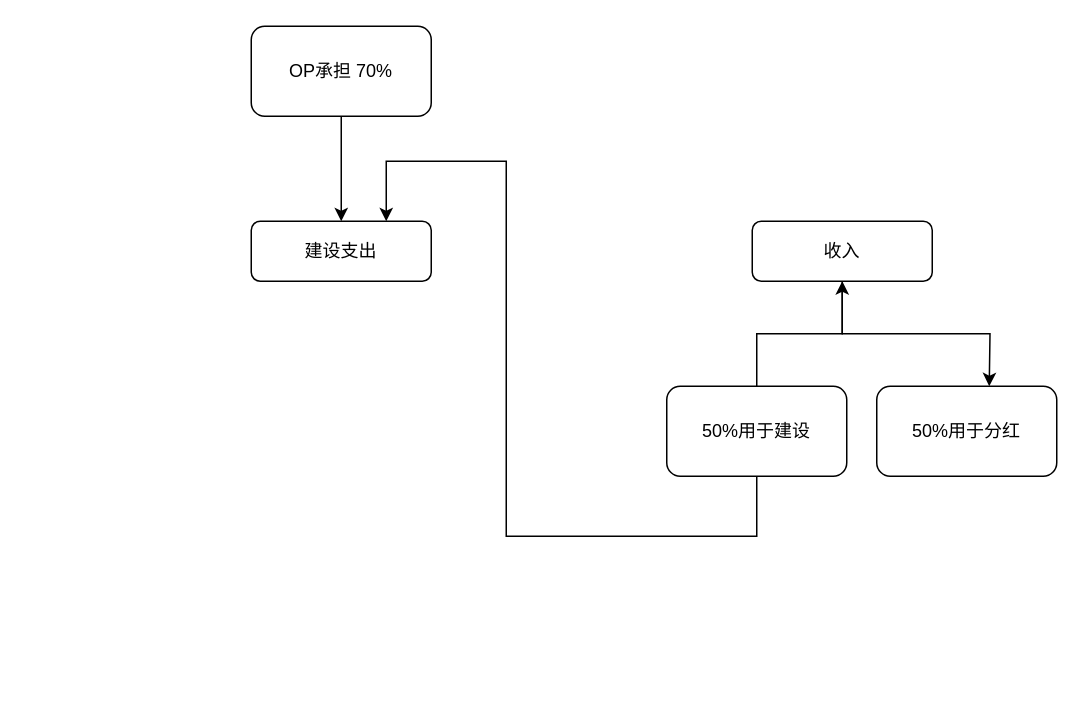
The draw.io diagram HelloMC磁悬浮工程院重组示意图.drawio in lsyyyy11/draw.io-files-friendly-pancake, before the edit. Source tidied: cells renumbered, new cells numbered last; positions are measured from the earlier drawing's top-left corner, leaving out a move shared by most shapes. Both pictures are drawn from the tidied source at 150%, with x=0, y=0 at pixel (250, 26).
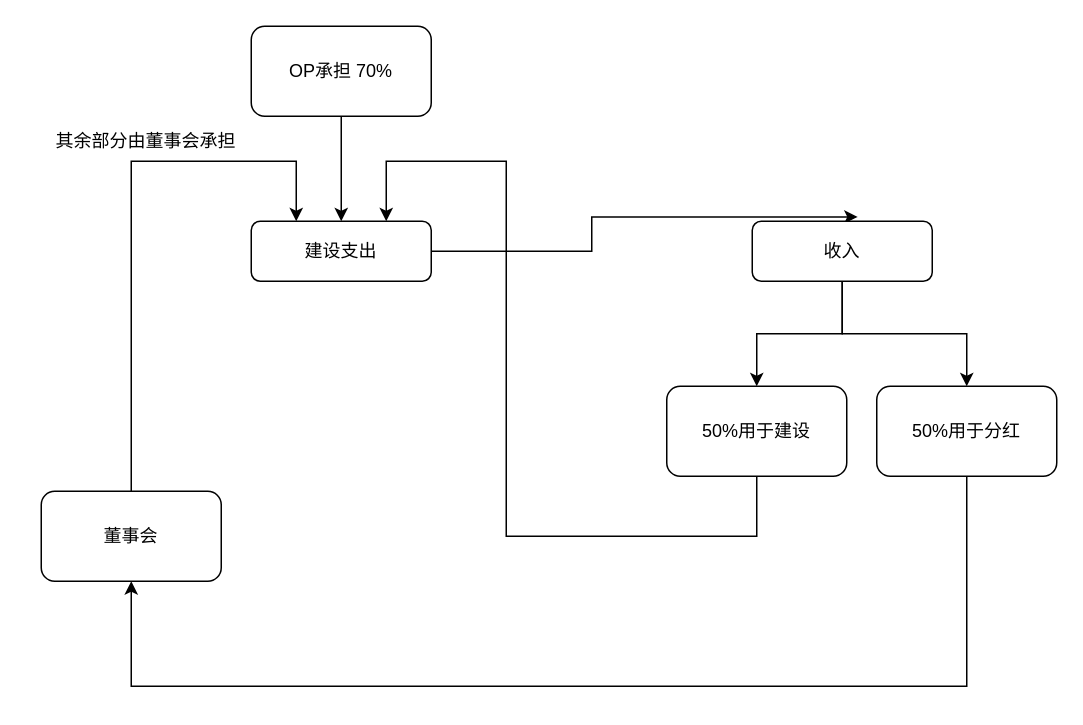
Above is the later version.

Commit message:
更新HelloMC磁悬浮工程院重组示意图.drawio

Unchanged cells that the change refers to:
```xml
<mxCell id="2" value="建设&lt;span style=&quot;background-color: initial;&quot;&gt;支出&lt;/span&gt;" style="rounded=1;whiteSpace=wrap;html=1;fontSize=12;glass=0;strokeWidth=1;shadow=0;" parent="1" vertex="1">
  <mxGeometry y="130" width="120" height="40" as="geometry" />
</mxCell>
<mxCell id="6" value="收入" style="rounded=1;whiteSpace=wrap;html=1;" parent="1" vertex="1">
  <mxGeometry x="334" y="130" width="120" height="40" as="geometry" />
</mxCell>
<mxCell id="9" value="50%用于建设" style="whiteSpace=wrap;html=1;rounded=1;" parent="1" vertex="1">
  <mxGeometry x="277" y="240" width="120" height="60" as="geometry" />
</mxCell>
<mxCell id="10" value="50%用于分红" style="rounded=1;whiteSpace=wrap;html=1;" parent="1" vertex="1">
  <mxGeometry x="417" y="240" width="120" height="60" as="geometry" />
</mxCell>
```

The edit, as a diff of the source:
```diff
@@
+    <mxCell id="11" style="edgeStyle=orthogonalEdgeStyle;rounded=0;jettySize=auto;html=1;entryX=0.586;entryY=-0.072;entryDx=0;entryDy=0;entryPerimeter=0;" parent="1" edge="1" source="2" target="6">
+      <mxGeometry relative="1" as="geometry" />
+    </mxCell>
@@
-    <mxCell id="5" style="edgeStyle=orthogonalEdgeStyle;rounded=0;jettySize=auto;html=1;exitX=0.5;exitY=1;exitDx=0;exitDy=0;" parent="1" edge="1" source="6">
-      <mxGeometry relative="1" as="geometry">
-        <mxPoint x="492" y="240" as="targetPoint" />
-      </mxGeometry>
+    <mxCell id="5" style="edgeStyle=orthogonalEdgeStyle;rounded=0;jettySize=auto;html=1;exitX=0.5;exitY=1;exitDx=0;exitDy=0;entryX=0.5;entryY=0;entryDx=0;entryDy=0;" parent="1" edge="1" source="6" target="9">
+      <mxGeometry relative="1" as="geometry" />
     </mxCell>
+    <mxCell id="12" style="edgeStyle=orthogonalEdgeStyle;rounded=0;jettySize=auto;html=1;" parent="1" edge="1" source="6" target="10">
+      <mxGeometry relative="1" as="geometry" />
+    </mxCell>
@@
-    <mxCell id="7" style="edgeStyle=orthogonalEdgeStyle;rounded=0;jettySize=auto;html=1;" parent="1" edge="1" source="9" target="6">
-      <mxGeometry relative="1" as="geometry" />
-    </mxCell>
@@
+    <mxCell id="13" style="edgeStyle=orthogonalEdgeStyle;rounded=0;jettySize=auto;html=1;entryX=0.5;entryY=1;entryDx=0;entryDy=0;" parent="1" edge="1" source="10" target="15">
+      <mxGeometry relative="1" as="geometry">
+        <Array as="points">
+          <mxPoint x="477" y="440" />
+          <mxPoint x="-80" y="440" />
+        </Array>
+      </mxGeometry>
+    </mxCell>
@@
+    <mxCell id="14" style="edgeStyle=orthogonalEdgeStyle;rounded=0;jettySize=auto;html=1;entryX=0.25;entryY=0;entryDx=0;entryDy=0;" parent="1" edge="1" source="15" target="2">
+      <mxGeometry relative="1" as="geometry">
+        <Array as="points">
+          <mxPoint x="-80" y="90" />
+          <mxPoint x="30" y="90" />
+        </Array>
+      </mxGeometry>
+    </mxCell>
+    <mxCell id="15" value="董事会" style="rounded=1;whiteSpace=wrap;html=1;" parent="1" vertex="1">
+      <mxGeometry x="-140" y="310" width="120" height="60" as="geometry" />
+    </mxCell>
+    <mxCell id="16" value="其余部分由董事会承担&lt;div&gt;&lt;br&gt;&lt;/div&gt;" style="text;html=1;align=center;verticalAlign=middle;whiteSpace=wrap;rounded=0;" parent="1" vertex="1">
+      <mxGeometry x="-150" y="69" width="160" height="30" as="geometry" />
+    </mxCell>
```
